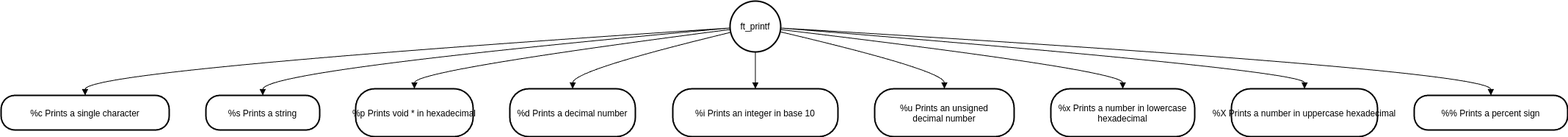
Lyricallll/ft_printf keeps this draw.io diagram as diag_printf.drawio.png. Above is the earlier version. Source tidied: cells renumbered, new cells last; positions are measured from the earlier drawing's top-left corner, leaving out a move shared by most shapes.
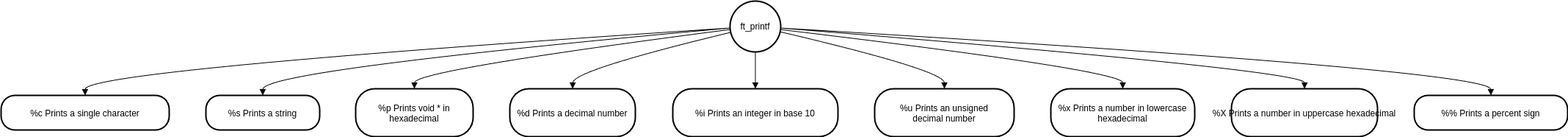
After the commit.

Commit message:
Mettre à jour diag_printf.drawio.png

What changed in the source:
```diff
@@ -11,7 +11,7 @@
     <mxCell id="4" value="%s Prints a string" style="rounded=1;arcSize=40;strokeWidth=2;" parent="1" vertex="1">
       <mxGeometry x="279" y="128" width="155" height="47" as="geometry" />
     </mxCell>
-    <mxCell id="5" value="%p Prints void * in hexadecimal" style="rounded=1;arcSize=40;strokeWidth=2;" parent="1" vertex="1">
+    <mxCell id="5" value="%p Prints void * in&#10;hexadecimal" style="rounded=1;arcSize=40;strokeWidth=2;" parent="1" vertex="1">
       <mxGeometry x="483" y="119" width="160" height="65" as="geometry" />
     </mxCell>
     <mxCell id="6" value="%d Prints a decimal number" style="rounded=1;arcSize=40;strokeWidth=2;" parent="1" vertex="1">
```
